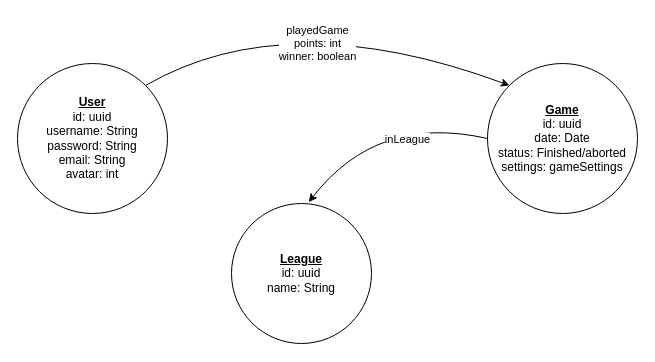
This is page "simple version" (1 of 2) of Database.drawio from BitLord69/SGFM2, a draw.io file, before an edit. Source tidied: cells renumbered, new cells numbered last; positions are measured from the earlier drawing's top-left corner, leaving out a move shared by most shapes. Both pictures are drawn from the tidied source at 100%, with x=0, y=0 at pixel (17, 3).
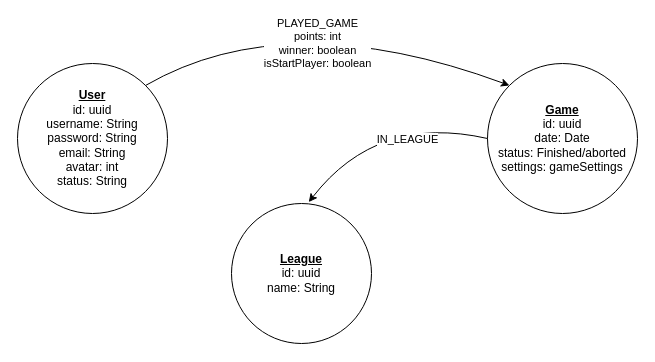
Above is the later version.

Change to the diagram source:
```diff
@@
 <mxGraphModel>
   <root>
     <mxCell id="0" />
     <mxCell id="1" parent="0" />
-    <mxCell id="2" value="&lt;u style=&quot;font-weight: bold&quot;&gt;User&lt;/u&gt;&lt;br&gt;id: uuid&lt;br&gt;username: String&lt;br&gt;password: String&lt;br&gt;email: String&lt;br&gt;avatar: int" style="ellipse;whiteSpace=wrap;html=1;" parent="1" vertex="1">
+    <mxCell id="2" value="&lt;u style=&quot;font-weight: bold&quot;&gt;User&lt;/u&gt;&lt;br&gt;id: uuid&lt;br&gt;username: String&lt;br&gt;password: String&lt;br&gt;email: String&lt;br&gt;avatar: int&lt;br&gt;status: String" style="ellipse;whiteSpace=wrap;html=1;" parent="1" vertex="1">
       <mxGeometry y="60" width="150" height="150" as="geometry" />
     </mxCell>
     <mxCell id="3" value="&lt;u&gt;&lt;b&gt;Game&lt;/b&gt;&lt;/u&gt;&lt;br&gt;id: uuid&lt;br&gt;date: Date&lt;br&gt;status: Finished/aborted&lt;br&gt;settings: gameSettings" style="ellipse;whiteSpace=wrap;html=1;" parent="1" vertex="1">
       <mxGeometry x="470" y="60" width="150" height="150" as="geometry" />
     </mxCell>
     <mxCell id="4" style="curved=1;endArrow=classic;html=1;exitX=1;exitY=0;exitDx=0;exitDy=0;entryX=0;entryY=0;entryDx=0;entryDy=0;" parent="1" edge="1" source="2" target="3">
       <mxGeometry relative="1" as="geometry">
         <Array as="points">
           <mxPoint x="270" />
         </Array>
       </mxGeometry>
     </mxCell>
-    <mxCell id="5" value="playedGame&lt;br&gt;points: int&lt;br&gt;winner: boolean" style="edgeLabel;html=1;align=center;verticalAlign=middle;" parent="4" vertex="1">
+    <mxCell id="5" value="PLAYED_GAME&lt;br&gt;points: int&lt;br&gt;winner: boolean&lt;br&gt;isStartPlayer: boolean" style="edgeLabel;html=1;align=center;verticalAlign=middle;" parent="4" vertex="1">
       <mxGeometry x="0.02" y="-34" relative="1" as="geometry">
         <mxPoint x="3.4" y="-6.1" as="offset" />
       </mxGeometry>
     </mxCell>
     <mxCell id="6" value="&lt;u&gt;&lt;b&gt;League&lt;/b&gt;&lt;/u&gt;&lt;br&gt;id: uuid&lt;br&gt;name: String" style="ellipse;whiteSpace=wrap;html=1;" parent="1" vertex="1">
       <mxGeometry x="214" y="200" width="140" height="140" as="geometry" />
     </mxCell>
     <mxCell id="7" style="curved=1;endArrow=classic;html=1;exitX=0;exitY=0.5;exitDx=0;exitDy=0;entryX=0.552;entryY=-0.01;entryDx=0;entryDy=0;entryPerimeter=0;" parent="1" edge="1" source="3" target="6">
       <mxGeometry relative="1" as="geometry">
         <Array as="points">
           <mxPoint x="360" y="110" />
         </Array>
       </mxGeometry>
     </mxCell>
-    <mxCell id="8" value="inLeague" style="edgeLabel;html=1;align=center;verticalAlign=middle;" parent="7" vertex="1">
+    <mxCell id="8" value="IN_LEAGUE" style="edgeLabel;html=1;align=center;verticalAlign=middle;" parent="7" vertex="1">
       <mxGeometry x="0.19" y="17" relative="1" as="geometry">
         <mxPoint x="29.4" y="-2" as="offset" />
       </mxGeometry>
     </mxCell>
   </root>
 </mxGraphModel>
```
